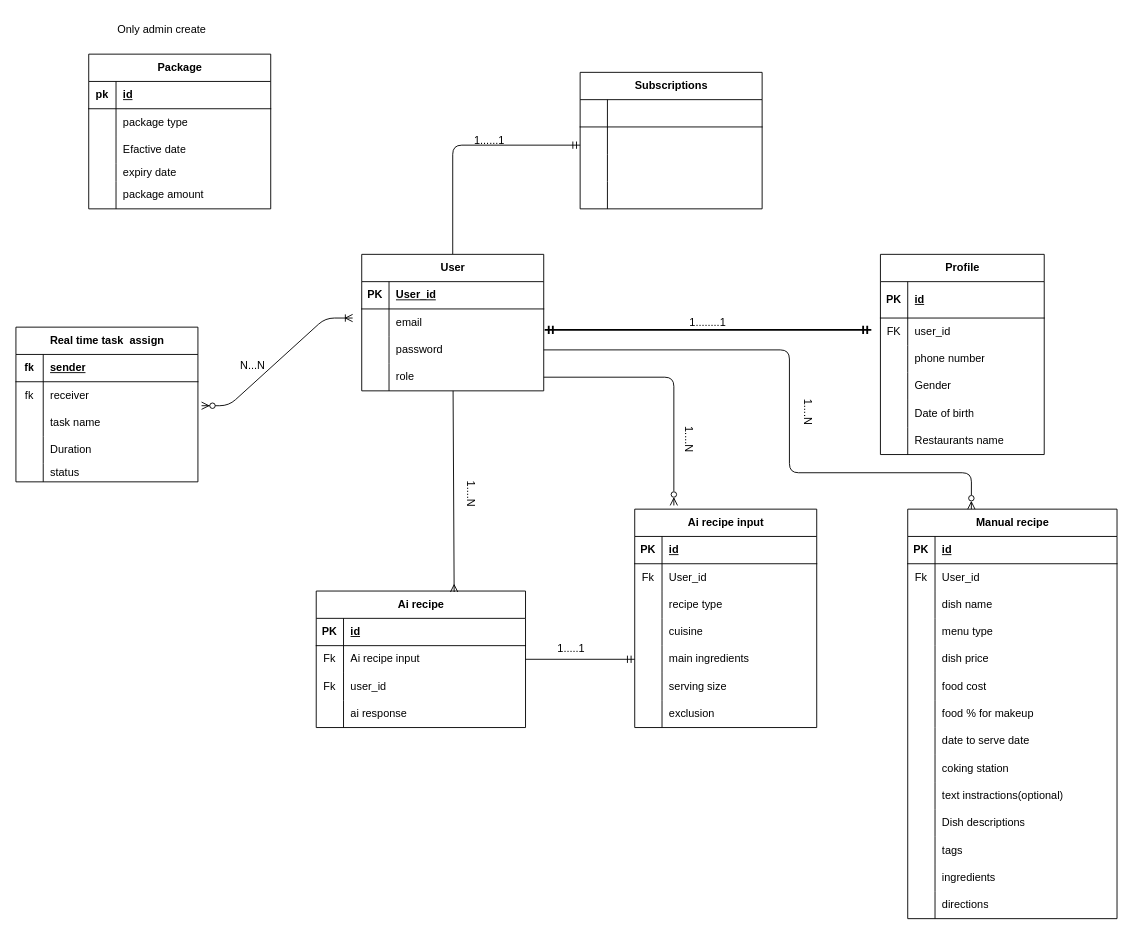
Earlier version of the draw.io diagram Entity_Diagram.drawio (ROBOT-RIAD/Plateprep). Source tidied: cells renumbered, new cells numbered last; positions are measured from the earlier drawing's top-left corner, leaving out a move shared by most shapes. Both pictures are drawn from the tidied source at 91%, with x=0, y=0 at pixel (15, 15).
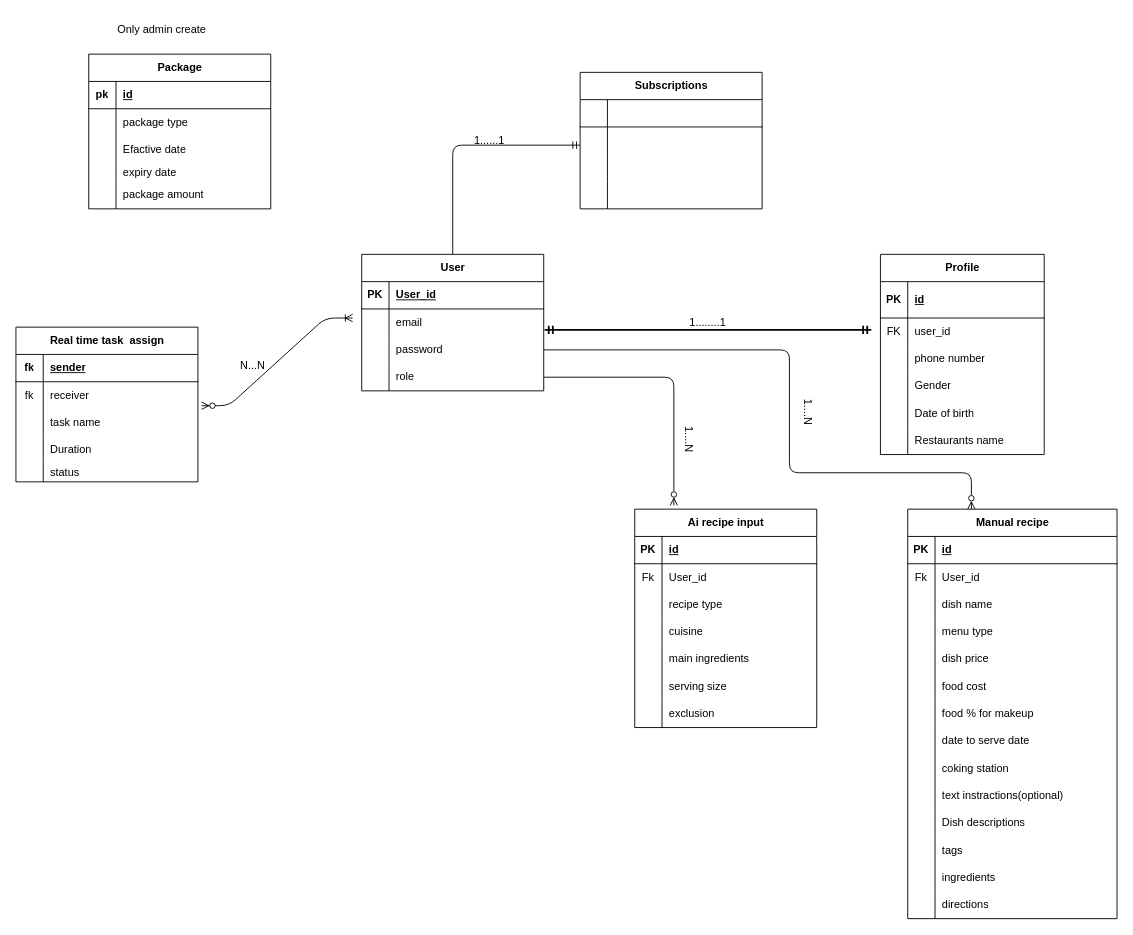
Above is the later version.

The change refers to these unchanged cells:
```xml
<mxCell id="3" value="User" style="shape=table;startSize=30;childLayout=tableLayout;rowLines=0;fontStyle=1;align=center;html=1;" parent="1" vertex="1">
  <mxGeometry x="380" y="262" width="200" height="150" as="geometry" />
</mxCell>
<mxCell id="50" style="shape=tableRow;horizontal=0;startSize=0;swimlaneHead=0;swimlaneBody=0;fillColor=none;points=[[0,0.5],[1,0.5]];portConstraint=eastwest;top=0;left=0;right=0;bottom=0;" parent="37" vertex="1">
  <mxGeometry y="150" width="200" height="30" as="geometry" />
</mxCell>
```

The edit, as a diff of the source:
```diff
@@
-    <mxCell id="155" value="Ai recipe" style="shape=table;startSize=30;childLayout=tableLayout;rowLines=0;fontStyle=1;align=center;html=1;" parent="1" vertex="1">
-      <mxGeometry x="330" y="632" width="230" height="150" as="geometry" />
-    </mxCell>
-    <mxCell id="156" style="shape=tableRow;horizontal=0;startSize=0;swimlaneHead=0;swimlaneBody=0;fillColor=none;top=0;left=0;right=0;bottom=1;" parent="155" vertex="1">
-      <mxGeometry y="30" width="230" height="30" as="geometry" />
-    </mxCell>
-    <mxCell id="157" value="PK" style="shape=partialRectangle;fillColor=none;top=0;left=0;bottom=0;right=0;fontStyle=1;overflow=hidden;whiteSpace=wrap;html=1;" parent="156" vertex="1">
-      <mxGeometry width="30" height="30" as="geometry" />
-    </mxCell>
-    <mxCell id="158" value="id" style="shape=partialRectangle;fillColor=none;top=0;left=0;bottom=0;right=0;align=left;spacingLeft=6;fontStyle=5;overflow=hidden;whiteSpace=wrap;html=1;" parent="156" vertex="1">
-      <mxGeometry x="30" width="200" height="30" as="geometry" />
-    </mxCell>
-    <mxCell id="159" style="shape=tableRow;horizontal=0;startSize=0;swimlaneHead=0;swimlaneBody=0;fillColor=none;points=[[0,0.5],[1,0.5]];portConstraint=eastwest;top=0;left=0;right=0;bottom=0;" parent="155" vertex="1">
-      <mxGeometry y="60" width="230" height="30" as="geometry" />
-    </mxCell>
-    <mxCell id="160" value="Fk" style="shape=partialRectangle;fillColor=none;top=0;left=0;bottom=0;right=0;overflow=hidden;whiteSpace=wrap;html=1;" parent="159" vertex="1">
-      <mxGeometry width="30" height="30" as="geometry" />
-    </mxCell>
-    <mxCell id="161" value="Ai recipe input&amp;nbsp;" style="shape=partialRectangle;fillColor=none;top=0;left=0;bottom=0;right=0;align=left;spacingLeft=6;overflow=hidden;whiteSpace=wrap;html=1;" parent="159" vertex="1">
-      <mxGeometry x="30" width="200" height="30" as="geometry" />
-    </mxCell>
-    <mxCell id="162" style="shape=tableRow;horizontal=0;startSize=0;swimlaneHead=0;swimlaneBody=0;fillColor=none;top=0;left=0;right=0;bottom=0;" parent="155" vertex="1">
-      <mxGeometry y="90" width="230" height="30" as="geometry" />
-    </mxCell>
-    <mxCell id="163" value="Fk" style="shape=partialRectangle;fillColor=none;top=0;left=0;bottom=0;right=0;overflow=hidden;whiteSpace=wrap;html=1;" parent="162" vertex="1">
-      <mxGeometry width="30" height="30" as="geometry" />
-    </mxCell>
-    <mxCell id="164" value="user_id" style="shape=partialRectangle;fillColor=none;top=0;left=0;bottom=0;right=0;align=left;spacingLeft=6;overflow=hidden;whiteSpace=wrap;html=1;" parent="162" vertex="1">
-      <mxGeometry x="30" width="200" height="30" as="geometry" />
-    </mxCell>
-    <mxCell id="165" style="shape=tableRow;horizontal=0;startSize=0;swimlaneHead=0;swimlaneBody=0;fillColor=none;top=0;left=0;right=0;bottom=0;" parent="155" vertex="1">
-      <mxGeometry y="120" width="230" height="30" as="geometry" />
-    </mxCell>
-    <mxCell id="166" style="shape=partialRectangle;fillColor=none;top=0;left=0;bottom=0;right=0;overflow=hidden;whiteSpace=wrap;html=1;" parent="165" vertex="1">
-      <mxGeometry width="30" height="30" as="geometry" />
-    </mxCell>
-    <mxCell id="167" value="ai response" style="shape=partialRectangle;fillColor=none;top=0;left=0;bottom=0;right=0;align=left;spacingLeft=6;overflow=hidden;whiteSpace=wrap;html=1;" parent="165" vertex="1">
-      <mxGeometry x="30" width="200" height="30" as="geometry" />
-    </mxCell>
-    <mxCell id="168" style="edgeStyle=none;html=1;entryX=0;entryY=0.5;entryDx=0;entryDy=0;endArrow=ERmandOne;endFill=0;" parent="1" edge="1" source="159" target="50">
-      <mxGeometry relative="1" as="geometry" />
-    </mxCell>
-    <mxCell id="169" style="edgeStyle=none;html=1;entryX=0.659;entryY=0.007;entryDx=0;entryDy=0;entryPerimeter=0;endArrow=ERmany;endFill=0;" parent="1" edge="1" source="3" target="155">
-      <mxGeometry relative="1" as="geometry" />
-    </mxCell>
-    <mxCell id="170" value="1.....1" style="text;html=1;align=center;verticalAlign=middle;strokeColor=none;fillColor=none;" parent="1" vertex="1">
-      <mxGeometry x="585" y="680" width="50" height="30" as="geometry" />
-    </mxCell>
-    <mxCell id="171" value="1....N" style="text;html=1;align=center;verticalAlign=middle;strokeColor=none;fillColor=none;rotation=90;" parent="1" vertex="1">
-      <mxGeometry x="475" y="510" width="50" height="30" as="geometry" />
-    </mxCell>
```
